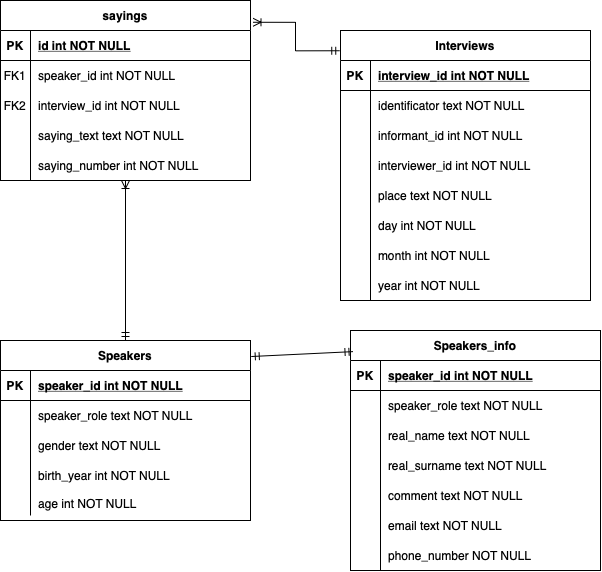
Earlier version of the draw.io export project.drawio.png (IvAnastasia/db_project). Source tidied: cells renumbered, new cells last; positions are measured from the earlier drawing's top-left corner, leaving out a move shared by most shapes. Source of this version:
```xml
<mxGraphModel>
  <root>
    <mxCell id="0" />
    <mxCell id="1" parent="0" />
    <mxCell id="2" value="Speakers" style="shape=table;startSize=30;rowLines=0;fontStyle=1;align=center;" parent="1" vertex="1">
      <mxGeometry y="340" width="250" height="180" as="geometry" />
    </mxCell>
    <mxCell id="3" style="shape=partialRectangle;fillColor=none;top=0;left=0;right=0;bottom=1;" parent="2" vertex="1">
      <mxGeometry y="30" width="250" height="30" as="geometry" />
    </mxCell>
    <mxCell id="4" value="PK" style="shape=partialRectangle;overflow=hidden;fillColor=none;top=0;left=0;bottom=0;right=0;fontStyle=1;" parent="3" vertex="1">
      <mxGeometry width="30" height="30" as="geometry" />
    </mxCell>
    <mxCell id="5" value="speaker_id int NOT NULL " style="shape=partialRectangle;overflow=hidden;fillColor=none;top=0;left=0;bottom=0;right=0;align=left;spacingLeft=6;fontStyle=5;" parent="3" vertex="1">
      <mxGeometry x="30" width="220" height="30" as="geometry" />
    </mxCell>
    <mxCell id="6" style="shape=partialRectangle;fillColor=none;top=0;left=0;right=0;bottom=0;" parent="2" vertex="1">
      <mxGeometry y="60" width="250" height="30" as="geometry" />
    </mxCell>
    <mxCell id="7" style="shape=partialRectangle;overflow=hidden;fillColor=none;top=0;left=0;bottom=0;right=0;" parent="6" vertex="1">
      <mxGeometry width="30" height="30" as="geometry" />
    </mxCell>
    <mxCell id="8" value="speaker_role text NOT NULL" style="shape=partialRectangle;overflow=hidden;fillColor=none;top=0;left=0;bottom=0;right=0;align=left;spacingLeft=6;" parent="6" vertex="1">
      <mxGeometry x="30" width="220" height="30" as="geometry" />
    </mxCell>
    <mxCell id="9" style="shape=partialRectangle;fillColor=none;top=0;left=0;right=0;bottom=0;" parent="2" vertex="1">
      <mxGeometry y="90" width="250" height="30" as="geometry" />
    </mxCell>
    <mxCell id="10" style="shape=partialRectangle;overflow=hidden;fillColor=none;top=0;left=0;bottom=0;right=0;" parent="9" vertex="1">
      <mxGeometry width="30" height="30" as="geometry" />
    </mxCell>
    <mxCell id="11" value="gender text NOT NULL" style="shape=partialRectangle;overflow=hidden;fillColor=none;top=0;left=0;bottom=0;right=0;align=left;spacingLeft=6;" parent="9" vertex="1">
      <mxGeometry x="30" width="220" height="30" as="geometry" />
    </mxCell>
    <mxCell id="12" style="shape=partialRectangle;fillColor=none;top=0;left=0;right=0;bottom=0;" parent="2" vertex="1">
      <mxGeometry y="120" width="250" height="30" as="geometry" />
    </mxCell>
    <mxCell id="13" style="shape=partialRectangle;overflow=hidden;fillColor=none;top=0;left=0;bottom=0;right=0;" parent="12" vertex="1">
      <mxGeometry width="30" height="30" as="geometry" />
    </mxCell>
    <mxCell id="14" value="birth_year int NOT NULL" style="shape=partialRectangle;overflow=hidden;fillColor=none;top=0;left=0;bottom=0;right=0;align=left;spacingLeft=6;" parent="12" vertex="1">
      <mxGeometry x="30" width="220" height="30" as="geometry" />
    </mxCell>
    <mxCell id="15" style="shape=partialRectangle;fillColor=none;top=0;left=0;right=0;bottom=0;" parent="2" vertex="1">
      <mxGeometry y="150" width="250" height="25" as="geometry" />
    </mxCell>
    <mxCell id="16" style="shape=partialRectangle;overflow=hidden;fillColor=none;top=0;left=0;bottom=0;right=0;" parent="15" vertex="1">
      <mxGeometry width="30" height="25" as="geometry" />
    </mxCell>
    <mxCell id="17" value="age int NOT NULL" style="shape=partialRectangle;overflow=hidden;fillColor=none;top=0;left=0;bottom=0;right=0;align=left;spacingLeft=6;" parent="15" vertex="1">
      <mxGeometry x="30" width="220" height="25" as="geometry" />
    </mxCell>
    <mxCell id="18" value="Interviews" style="shape=table;startSize=30;rowLines=0;fontStyle=1;align=center;" parent="1" vertex="1">
      <mxGeometry x="340" y="30" width="250" height="270" as="geometry" />
    </mxCell>
    <mxCell id="19" style="shape=partialRectangle;fillColor=none;top=0;left=0;right=0;bottom=1;" parent="18" vertex="1">
      <mxGeometry y="30" width="250" height="30" as="geometry" />
    </mxCell>
    <mxCell id="20" value="PK" style="shape=partialRectangle;overflow=hidden;fillColor=none;top=0;left=0;bottom=0;right=0;fontStyle=1;" parent="19" vertex="1">
      <mxGeometry width="30" height="30" as="geometry" />
    </mxCell>
    <mxCell id="21" value="interview_id int NOT NULL " style="shape=partialRectangle;overflow=hidden;fillColor=none;top=0;left=0;bottom=0;right=0;align=left;spacingLeft=6;fontStyle=5;" parent="19" vertex="1">
      <mxGeometry x="30" width="220" height="30" as="geometry" />
    </mxCell>
    <mxCell id="22" style="shape=partialRectangle;fillColor=none;top=0;left=0;right=0;bottom=0;" parent="18" vertex="1">
      <mxGeometry y="60" width="250" height="30" as="geometry" />
    </mxCell>
    <mxCell id="23" style="shape=partialRectangle;overflow=hidden;fillColor=none;top=0;left=0;bottom=0;right=0;" parent="22" vertex="1">
      <mxGeometry width="30" height="30" as="geometry" />
    </mxCell>
    <mxCell id="24" value="identificator text NOT NULL" style="shape=partialRectangle;overflow=hidden;fillColor=none;top=0;left=0;bottom=0;right=0;align=left;spacingLeft=6;" parent="22" vertex="1">
      <mxGeometry x="30" width="220" height="30" as="geometry" />
    </mxCell>
    <mxCell id="25" style="shape=partialRectangle;fillColor=none;top=0;left=0;right=0;bottom=0;" parent="18" vertex="1">
      <mxGeometry y="90" width="250" height="30" as="geometry" />
    </mxCell>
    <mxCell id="26" style="shape=partialRectangle;overflow=hidden;fillColor=none;top=0;left=0;bottom=0;right=0;" parent="25" vertex="1">
      <mxGeometry width="30" height="30" as="geometry" />
    </mxCell>
    <mxCell id="27" value="informant_id int NOT NULL" style="shape=partialRectangle;overflow=hidden;fillColor=none;top=0;left=0;bottom=0;right=0;align=left;spacingLeft=6;" parent="25" vertex="1">
      <mxGeometry x="30" width="220" height="30" as="geometry" />
    </mxCell>
    <mxCell id="28" style="shape=partialRectangle;fillColor=none;top=0;left=0;right=0;bottom=0;" parent="18" vertex="1">
      <mxGeometry y="120" width="250" height="30" as="geometry" />
    </mxCell>
    <mxCell id="29" style="shape=partialRectangle;overflow=hidden;fillColor=none;top=0;left=0;bottom=0;right=0;" parent="28" vertex="1">
      <mxGeometry width="30" height="30" as="geometry" />
    </mxCell>
    <mxCell id="30" value="interviewer_id int NOT NULL" style="shape=partialRectangle;overflow=hidden;fillColor=none;top=0;left=0;bottom=0;right=0;align=left;spacingLeft=6;" parent="28" vertex="1">
      <mxGeometry x="30" width="220" height="30" as="geometry" />
    </mxCell>
    <mxCell id="31" style="shape=partialRectangle;fillColor=none;top=0;left=0;right=0;bottom=0;" parent="18" vertex="1">
      <mxGeometry y="150" width="250" height="30" as="geometry" />
    </mxCell>
    <mxCell id="32" style="shape=partialRectangle;overflow=hidden;fillColor=none;top=0;left=0;bottom=0;right=0;" parent="31" vertex="1">
      <mxGeometry width="30" height="30" as="geometry" />
    </mxCell>
    <mxCell id="33" value="place text NOT NULL" style="shape=partialRectangle;overflow=hidden;fillColor=none;top=0;left=0;bottom=0;right=0;align=left;spacingLeft=6;" parent="31" vertex="1">
      <mxGeometry x="30" width="220" height="30" as="geometry" />
    </mxCell>
    <mxCell id="34" style="shape=partialRectangle;fillColor=none;top=0;left=0;right=0;bottom=0;" parent="18" vertex="1">
      <mxGeometry y="180" width="250" height="30" as="geometry" />
    </mxCell>
    <mxCell id="35" style="shape=partialRectangle;overflow=hidden;fillColor=none;top=0;left=0;bottom=0;right=0;" parent="34" vertex="1">
      <mxGeometry width="30" height="30" as="geometry" />
    </mxCell>
    <mxCell id="36" value="day int NOT NULL" style="shape=partialRectangle;overflow=hidden;fillColor=none;top=0;left=0;bottom=0;right=0;align=left;spacingLeft=6;" parent="34" vertex="1">
      <mxGeometry x="30" width="220" height="30" as="geometry" />
    </mxCell>
    <mxCell id="37" style="shape=partialRectangle;fillColor=none;top=0;left=0;right=0;bottom=0;" parent="18" vertex="1">
      <mxGeometry y="210" width="250" height="30" as="geometry" />
    </mxCell>
    <mxCell id="38" style="shape=partialRectangle;overflow=hidden;fillColor=none;top=0;left=0;bottom=0;right=0;" parent="37" vertex="1">
      <mxGeometry width="30" height="30" as="geometry" />
    </mxCell>
    <mxCell id="39" value="month int NOT NULL" style="shape=partialRectangle;overflow=hidden;fillColor=none;top=0;left=0;bottom=0;right=0;align=left;spacingLeft=6;" parent="37" vertex="1">
      <mxGeometry x="30" width="220" height="30" as="geometry" />
    </mxCell>
    <mxCell id="40" style="shape=partialRectangle;fillColor=none;top=0;left=0;right=0;bottom=0;" parent="18" vertex="1">
      <mxGeometry y="240" width="250" height="30" as="geometry" />
    </mxCell>
    <mxCell id="41" style="shape=partialRectangle;overflow=hidden;fillColor=none;top=0;left=0;bottom=0;right=0;" parent="40" vertex="1">
      <mxGeometry width="30" height="30" as="geometry" />
    </mxCell>
    <mxCell id="42" value="year int NOT NULL" style="shape=partialRectangle;overflow=hidden;fillColor=none;top=0;left=0;bottom=0;right=0;align=left;spacingLeft=6;" parent="40" vertex="1">
      <mxGeometry x="30" width="220" height="30" as="geometry" />
    </mxCell>
    <mxCell id="43" value="sayings" style="shape=table;startSize=30;rowLines=0;fontStyle=1;align=center;" parent="1" vertex="1">
      <mxGeometry width="250" height="180" as="geometry" />
    </mxCell>
    <mxCell id="44" style="shape=partialRectangle;fillColor=none;top=0;left=0;right=0;bottom=1;" parent="43" vertex="1">
      <mxGeometry y="30" width="250" height="30" as="geometry" />
    </mxCell>
    <mxCell id="45" value="PK" style="shape=partialRectangle;overflow=hidden;fillColor=none;top=0;left=0;bottom=0;right=0;fontStyle=1;" parent="44" vertex="1">
      <mxGeometry width="30" height="30" as="geometry" />
    </mxCell>
    <mxCell id="46" value="id int NOT NULL " style="shape=partialRectangle;overflow=hidden;fillColor=none;top=0;left=0;bottom=0;right=0;align=left;spacingLeft=6;fontStyle=5;" parent="44" vertex="1">
      <mxGeometry x="30" width="220" height="30" as="geometry" />
    </mxCell>
    <mxCell id="47" style="shape=partialRectangle;fillColor=none;top=0;left=0;right=0;bottom=0;" parent="43" vertex="1">
      <mxGeometry y="60" width="250" height="30" as="geometry" />
    </mxCell>
    <mxCell id="48" value="FK1" style="shape=partialRectangle;overflow=hidden;fillColor=none;top=0;left=0;bottom=0;right=0;" parent="47" vertex="1">
      <mxGeometry width="30" height="30" as="geometry" />
    </mxCell>
    <mxCell id="49" value="speaker_id int NOT NULL" style="shape=partialRectangle;overflow=hidden;fillColor=none;top=0;left=0;bottom=0;right=0;align=left;spacingLeft=6;" parent="47" vertex="1">
      <mxGeometry x="30" width="220" height="30" as="geometry" />
    </mxCell>
    <mxCell id="50" style="shape=partialRectangle;fillColor=none;top=0;left=0;right=0;bottom=0;" parent="43" vertex="1">
      <mxGeometry y="90" width="250" height="30" as="geometry" />
    </mxCell>
    <mxCell id="51" value="FK2" style="shape=partialRectangle;overflow=hidden;fillColor=none;top=0;left=0;bottom=0;right=0;" parent="50" vertex="1">
      <mxGeometry width="30" height="30" as="geometry" />
    </mxCell>
    <mxCell id="52" value="interview_id int NOT NULL" style="shape=partialRectangle;overflow=hidden;fillColor=none;top=0;left=0;bottom=0;right=0;align=left;spacingLeft=6;" parent="50" vertex="1">
      <mxGeometry x="30" width="220" height="30" as="geometry" />
    </mxCell>
    <mxCell id="53" style="shape=partialRectangle;fillColor=none;top=0;left=0;right=0;bottom=0;" parent="43" vertex="1">
      <mxGeometry y="120" width="250" height="30" as="geometry" />
    </mxCell>
    <mxCell id="54" style="shape=partialRectangle;overflow=hidden;fillColor=none;top=0;left=0;bottom=0;right=0;" parent="53" vertex="1">
      <mxGeometry width="30" height="30" as="geometry" />
    </mxCell>
    <mxCell id="55" value="saying_text text NOT NULL " style="shape=partialRectangle;overflow=hidden;fillColor=none;top=0;left=0;bottom=0;right=0;align=left;spacingLeft=6;" parent="53" vertex="1">
      <mxGeometry x="30" width="220" height="30" as="geometry" />
    </mxCell>
    <mxCell id="56" style="shape=partialRectangle;fillColor=none;top=0;left=0;right=0;bottom=0;" parent="43" vertex="1">
      <mxGeometry y="150" width="250" height="30" as="geometry" />
    </mxCell>
    <mxCell id="57" style="shape=partialRectangle;overflow=hidden;fillColor=none;top=0;left=0;bottom=0;right=0;" parent="56" vertex="1">
      <mxGeometry width="30" height="30" as="geometry" />
    </mxCell>
    <mxCell id="58" value="saying_number int NOT NULL" style="shape=partialRectangle;overflow=hidden;fillColor=none;top=0;left=0;bottom=0;right=0;align=left;spacingLeft=6;" parent="56" vertex="1">
      <mxGeometry x="30" width="220" height="30" as="geometry" />
    </mxCell>
    <mxCell id="59" value="Speakers_info" style="shape=table;startSize=30;rowLines=0;fontStyle=1;align=center;" parent="1" vertex="1">
      <mxGeometry x="350" y="330" width="250" height="240" as="geometry" />
    </mxCell>
    <mxCell id="60" style="shape=partialRectangle;fillColor=none;top=0;left=0;right=0;bottom=1;" parent="59" vertex="1">
      <mxGeometry y="30" width="250" height="30" as="geometry" />
    </mxCell>
    <mxCell id="61" value="PK" style="shape=partialRectangle;overflow=hidden;fillColor=none;top=0;left=0;bottom=0;right=0;fontStyle=1;" parent="60" vertex="1">
      <mxGeometry width="30" height="30" as="geometry" />
    </mxCell>
    <mxCell id="62" value="speaker_id int NOT NULL " style="shape=partialRectangle;overflow=hidden;fillColor=none;top=0;left=0;bottom=0;right=0;align=left;spacingLeft=6;fontStyle=5;" parent="60" vertex="1">
      <mxGeometry x="30" width="220" height="30" as="geometry" />
    </mxCell>
    <mxCell id="63" style="shape=partialRectangle;fillColor=none;top=0;left=0;right=0;bottom=0;" parent="59" vertex="1">
      <mxGeometry y="60" width="250" height="30" as="geometry" />
    </mxCell>
    <mxCell id="64" style="shape=partialRectangle;overflow=hidden;fillColor=none;top=0;left=0;bottom=0;right=0;" parent="63" vertex="1">
      <mxGeometry width="30" height="30" as="geometry" />
    </mxCell>
    <mxCell id="65" style="shape=partialRectangle;overflow=hidden;fillColor=none;top=0;left=0;bottom=0;right=0;align=left;spacingLeft=6;" parent="63" vertex="1">
      <mxGeometry x="30" width="220" height="30" as="geometry" />
    </mxCell>
    <mxCell id="66" style="shape=partialRectangle;fillColor=none;top=0;left=0;right=0;bottom=0;" parent="59" vertex="1">
      <mxGeometry y="90" width="250" height="30" as="geometry" />
    </mxCell>
    <mxCell id="67" style="shape=partialRectangle;overflow=hidden;fillColor=none;top=0;left=0;bottom=0;right=0;" parent="66" vertex="1">
      <mxGeometry width="30" height="30" as="geometry" />
    </mxCell>
    <mxCell id="68" value="real_name text NOT NULL" style="shape=partialRectangle;overflow=hidden;fillColor=none;top=0;left=0;bottom=0;right=0;align=left;spacingLeft=6;" parent="66" vertex="1">
      <mxGeometry x="30" width="220" height="30" as="geometry" />
    </mxCell>
    <mxCell id="69" style="shape=partialRectangle;fillColor=none;top=0;left=0;right=0;bottom=0;" parent="59" vertex="1">
      <mxGeometry y="120" width="250" height="30" as="geometry" />
    </mxCell>
    <mxCell id="70" style="shape=partialRectangle;overflow=hidden;fillColor=none;top=0;left=0;bottom=0;right=0;" parent="69" vertex="1">
      <mxGeometry width="30" height="30" as="geometry" />
    </mxCell>
    <mxCell id="71" value="real_surname text NOT NULL" style="shape=partialRectangle;overflow=hidden;fillColor=none;top=0;left=0;bottom=0;right=0;align=left;spacingLeft=6;" parent="69" vertex="1">
      <mxGeometry x="30" width="220" height="30" as="geometry" />
    </mxCell>
    <mxCell id="72" style="shape=partialRectangle;fillColor=none;top=0;left=0;right=0;bottom=0;" parent="59" vertex="1">
      <mxGeometry y="150" width="250" height="30" as="geometry" />
    </mxCell>
    <mxCell id="73" style="shape=partialRectangle;overflow=hidden;fillColor=none;top=0;left=0;bottom=0;right=0;" parent="72" vertex="1">
      <mxGeometry width="30" height="30" as="geometry" />
    </mxCell>
    <mxCell id="74" value="comment text NOT NULL" style="shape=partialRectangle;overflow=hidden;fillColor=none;top=0;left=0;bottom=0;right=0;align=left;spacingLeft=6;" parent="72" vertex="1">
      <mxGeometry x="30" width="220" height="30" as="geometry" />
    </mxCell>
    <mxCell id="75" style="shape=partialRectangle;fillColor=none;top=0;left=0;right=0;bottom=0;" parent="59" vertex="1">
      <mxGeometry y="180" width="250" height="30" as="geometry" />
    </mxCell>
    <mxCell id="76" style="shape=partialRectangle;overflow=hidden;fillColor=none;top=0;left=0;bottom=0;right=0;" parent="75" vertex="1">
      <mxGeometry width="30" height="30" as="geometry" />
    </mxCell>
    <mxCell id="77" value="email text NOT NULL" style="shape=partialRectangle;overflow=hidden;fillColor=none;top=0;left=0;bottom=0;right=0;align=left;spacingLeft=6;" parent="75" vertex="1">
      <mxGeometry x="30" width="220" height="30" as="geometry" />
    </mxCell>
    <mxCell id="78" style="shape=partialRectangle;fillColor=none;top=0;left=0;right=0;bottom=0;" parent="59" vertex="1">
      <mxGeometry y="210" width="250" height="30" as="geometry" />
    </mxCell>
    <mxCell id="79" style="shape=partialRectangle;overflow=hidden;fillColor=none;top=0;left=0;bottom=0;right=0;" parent="78" vertex="1">
      <mxGeometry width="30" height="30" as="geometry" />
    </mxCell>
    <mxCell id="80" value="phone_number NOT NULL" style="shape=partialRectangle;overflow=hidden;fillColor=none;top=0;left=0;bottom=0;right=0;align=left;spacingLeft=6;" parent="78" vertex="1">
      <mxGeometry x="30" width="220" height="30" as="geometry" />
    </mxCell>
    <mxCell id="81" value="speaker_role text NOT NULL" style="shape=partialRectangle;overflow=hidden;fillColor=none;top=0;left=0;bottom=0;right=0;align=left;spacingLeft=6;" parent="1" vertex="1">
      <mxGeometry x="380" y="390" width="220" height="30" as="geometry" />
    </mxCell>
    <mxCell id="82" style="fontSize=12;html=1;endArrow=ERoneToMany;startArrow=ERmandOne;rounded=0;entryX=1.01;entryY=0.121;entryDx=0;entryDy=0;entryPerimeter=0;edgeStyle=orthogonalEdgeStyle;exitX=-0.003;exitY=0.075;exitDx=0;exitDy=0;exitPerimeter=0;" parent="1" edge="1" source="18" target="43">
      <mxGeometry relative="1" as="geometry" />
    </mxCell>
    <mxCell id="83" style="fontSize=12;html=1;endArrow=ERoneToMany;startArrow=ERmandOne;rounded=0;" parent="1" edge="1" source="2" target="43">
      <mxGeometry relative="1" as="geometry" />
    </mxCell>
    <mxCell id="84" style="fontSize=12;html=1;endArrow=ERmandOne;startArrow=ERmandOne;rounded=0;entryX=0.01;entryY=0.088;entryDx=0;entryDy=0;exitX=1.003;exitY=0.089;exitDx=0;exitDy=0;exitPerimeter=0;entryPerimeter=0;" parent="1" edge="1" source="2" target="59">
      <mxGeometry relative="1" as="geometry" />
    </mxCell>
  </root>
</mxGraphModel>
```
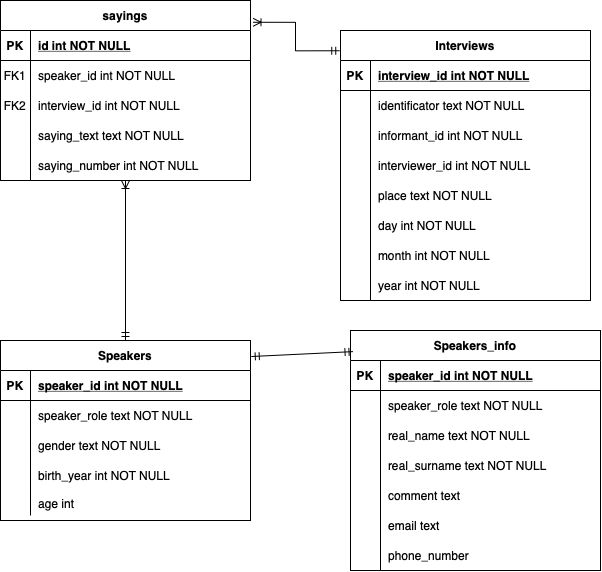
The same file after the commit.

Diff of the diagram source:
```diff
@@ -47,7 +47,7 @@
     <mxCell id="16" style="shape=partialRectangle;overflow=hidden;fillColor=none;top=0;left=0;bottom=0;right=0;" parent="15" vertex="1">
       <mxGeometry width="30" height="25" as="geometry" />
     </mxCell>
-    <mxCell id="17" value="age int NOT NULL" style="shape=partialRectangle;overflow=hidden;fillColor=none;top=0;left=0;bottom=0;right=0;align=left;spacingLeft=6;" parent="15" vertex="1">
+    <mxCell id="17" value="age int" style="shape=partialRectangle;overflow=hidden;fillColor=none;top=0;left=0;bottom=0;right=0;align=left;spacingLeft=6;" parent="15" vertex="1">
       <mxGeometry x="30" width="220" height="25" as="geometry" />
     </mxCell>
     <mxCell id="18" value="Interviews" style="shape=table;startSize=30;rowLines=0;fontStyle=1;align=center;" parent="1" vertex="1">
@@ -218,7 +218,7 @@
     <mxCell id="73" style="shape=partialRectangle;overflow=hidden;fillColor=none;top=0;left=0;bottom=0;right=0;" parent="72" vertex="1">
       <mxGeometry width="30" height="30" as="geometry" />
     </mxCell>
-    <mxCell id="74" value="comment text NOT NULL" style="shape=partialRectangle;overflow=hidden;fillColor=none;top=0;left=0;bottom=0;right=0;align=left;spacingLeft=6;" parent="72" vertex="1">
+    <mxCell id="74" value="comment text" style="shape=partialRectangle;overflow=hidden;fillColor=none;top=0;left=0;bottom=0;right=0;align=left;spacingLeft=6;" parent="72" vertex="1">
       <mxGeometry x="30" width="220" height="30" as="geometry" />
     </mxCell>
     <mxCell id="75" style="shape=partialRectangle;fillColor=none;top=0;left=0;right=0;bottom=0;" parent="59" vertex="1">
@@ -227,7 +227,7 @@
     <mxCell id="76" style="shape=partialRectangle;overflow=hidden;fillColor=none;top=0;left=0;bottom=0;right=0;" parent="75" vertex="1">
       <mxGeometry width="30" height="30" as="geometry" />
     </mxCell>
-    <mxCell id="77" value="email text NOT NULL" style="shape=partialRectangle;overflow=hidden;fillColor=none;top=0;left=0;bottom=0;right=0;align=left;spacingLeft=6;" parent="75" vertex="1">
+    <mxCell id="77" value="email text " style="shape=partialRectangle;overflow=hidden;fillColor=none;top=0;left=0;bottom=0;right=0;align=left;spacingLeft=6;" parent="75" vertex="1">
       <mxGeometry x="30" width="220" height="30" as="geometry" />
     </mxCell>
     <mxCell id="78" style="shape=partialRectangle;fillColor=none;top=0;left=0;right=0;bottom=0;" parent="59" vertex="1">
@@ -236,7 +236,7 @@
     <mxCell id="79" style="shape=partialRectangle;overflow=hidden;fillColor=none;top=0;left=0;bottom=0;right=0;" parent="78" vertex="1">
       <mxGeometry width="30" height="30" as="geometry" />
     </mxCell>
-    <mxCell id="80" value="phone_number NOT NULL" style="shape=partialRectangle;overflow=hidden;fillColor=none;top=0;left=0;bottom=0;right=0;align=left;spacingLeft=6;" parent="78" vertex="1">
+    <mxCell id="80" value="phone_number" style="shape=partialRectangle;overflow=hidden;fillColor=none;top=0;left=0;bottom=0;right=0;align=left;spacingLeft=6;" parent="78" vertex="1">
       <mxGeometry x="30" width="220" height="30" as="geometry" />
     </mxCell>
     <mxCell id="81" value="speaker_role text NOT NULL" style="shape=partialRectangle;overflow=hidden;fillColor=none;top=0;left=0;bottom=0;right=0;align=left;spacingLeft=6;" parent="1" vertex="1">
```
